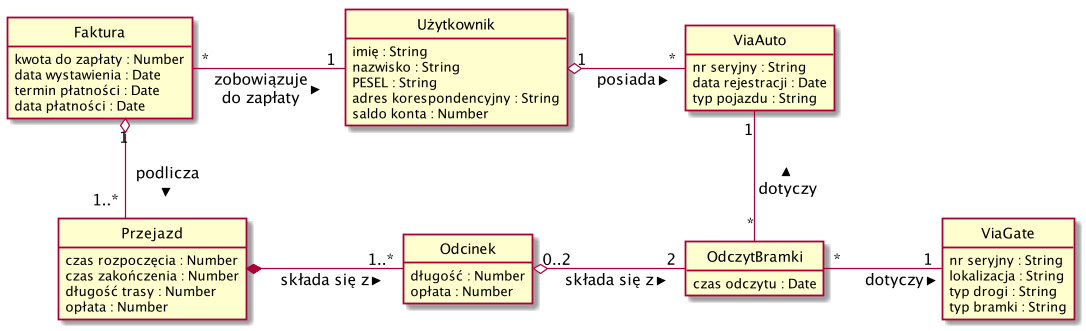
The PlantUML diagram diagrams/class.png in msieczko/viatoll, before a commit.
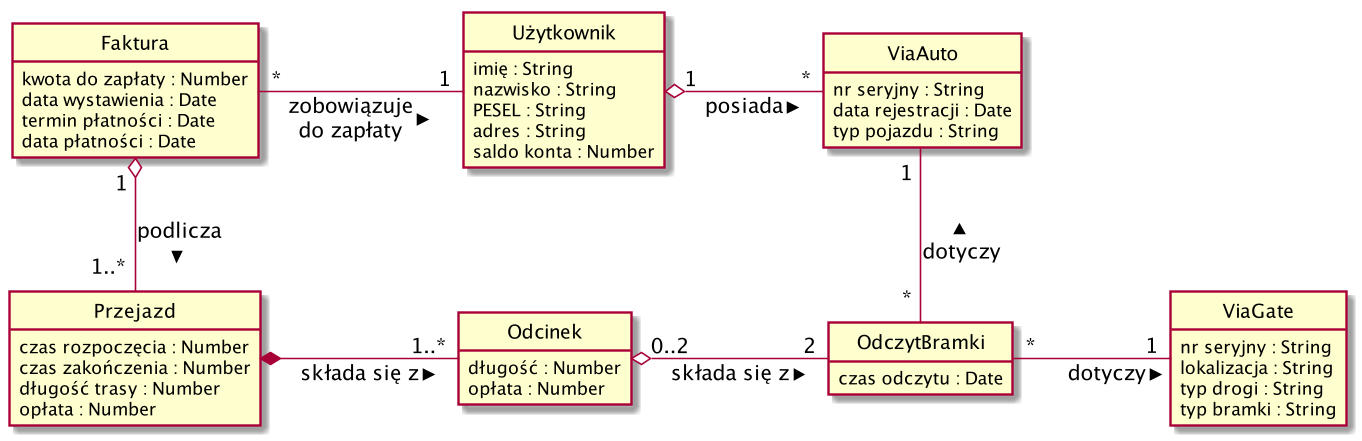
After the commit.

Commit message:
Improve class diagram image output by adding some extra spaces

What changed in the source:
```diff
@@ -8,7 +8,7 @@
     imię : String
     nazwisko : String
     PESEL : String
-    adres korespondencyjny : String
+    adres : String
     saldo konta : Number
 }
 
@@ -48,12 +48,12 @@
     data płatności : Date
 }
 
-Faktura "1" o-d- "1..*" Przejazd : > podlicza
+Faktura "1 " o-d- "1..* " Przejazd : > podlicza
 Faktura "*" -r- "1" Użytkownik : > zobowiązuje\ndo zapłaty
-Użytkownik "1" o-r- "*" ViaAuto : > posiada
+Użytkownik " 1" o-r- "*" ViaAuto : > posiada
 Przejazd *-r- "1..*" Odcinek : > składa się z
-Odcinek "0..2" o-r- "2" OdczytBramki : > składa się z
+Odcinek " 0..2" o-r- "2" OdczytBramki : > składa się z
 OdczytBramki "*" -r- "1" ViaGate : > dotyczy
-OdczytBramki "*" -u- "1" ViaAuto : > dotyczy
+OdczytBramki " * " -u- "1 " ViaAuto : > dotyczy
 
 @enduml
```
